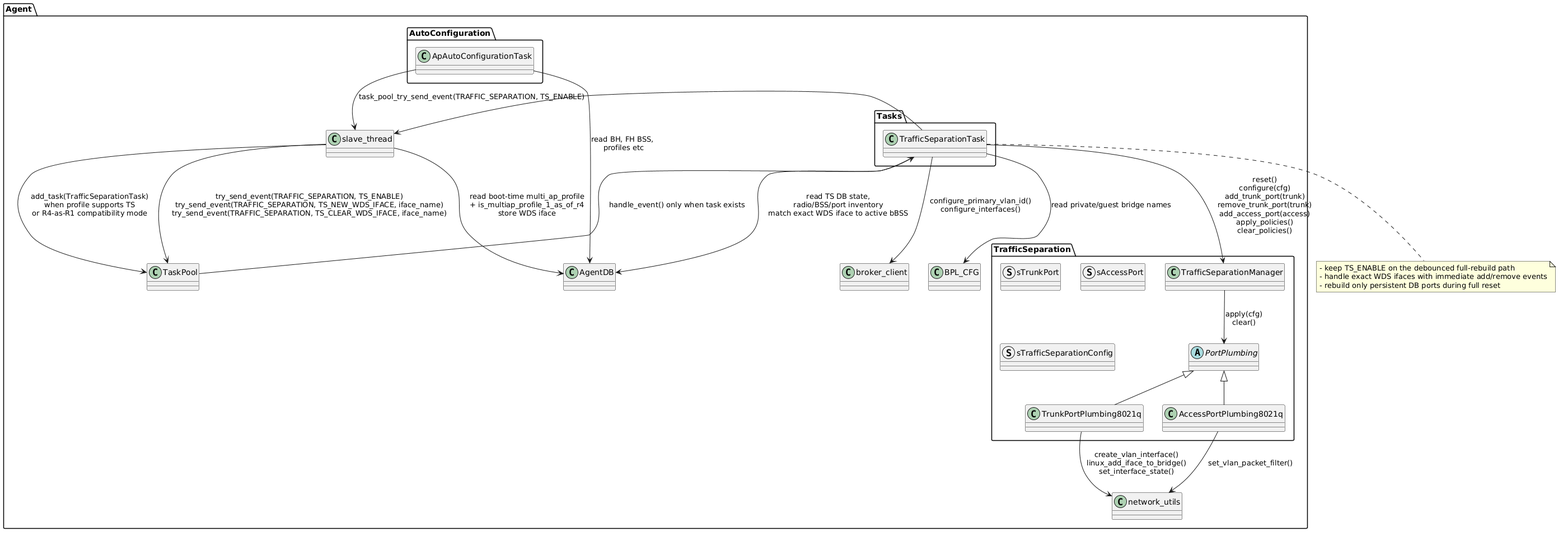
CodeLinaro-mirror/qsdk_oss_prpl-foundation_prplmesh_prplMesh keeps this PlantUML diagram as documentation/images/plantuml/agent/traffic_separation/ts_ComponentD.png. Above is the earlier version.
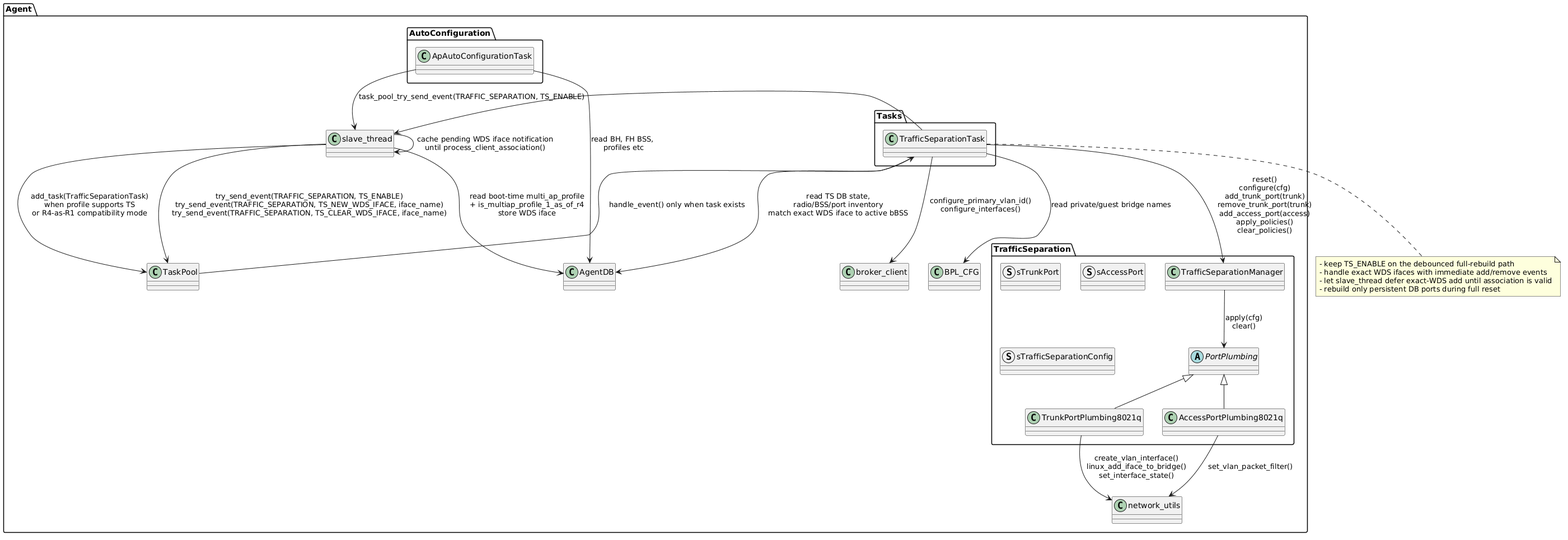
The same diagram one commit later.

The edit, as a diff of the source:
```diff
@@ -32,6 +32,7 @@
 slave_thread --> AgentDB : read boot-time multi_ap_profile\n+ is_multiap_profile_1_as_of_r4\nstore WDS iface
 slave_thread --> TaskPool : add_task(TrafficSeparationTask)\nwhen profile supports TS\nor R4-as-R1 compatibility mode
 slave_thread --> TaskPool : try_send_event(TRAFFIC_SEPARATION, TS_ENABLE)\ntry_send_event(TRAFFIC_SEPARATION, TS_NEW_WDS_IFACE, iface_name)\ntry_send_event(TRAFFIC_SEPARATION, TS_CLEAR_WDS_IFACE, iface_name)
+slave_thread --> slave_thread : cache pending WDS iface notification\nuntil process_client_association()
 TaskPool --> TrafficSeparationTask : handle_event() only when task exists
 
 TrafficSeparationTask --> AgentDB : read TS DB state,\nradio/BSS/port inventory\nmatch exact WDS iface to active bBSS
@@ -50,6 +51,7 @@
 note bottom of TrafficSeparationTask
   - keep TS_ENABLE on the debounced full-rebuild path
   - handle exact WDS ifaces with immediate add/remove events
+  - let slave_thread defer exact-WDS add until association is valid
   - rebuild only persistent DB ports during full reset
 end note
 @enduml
```
